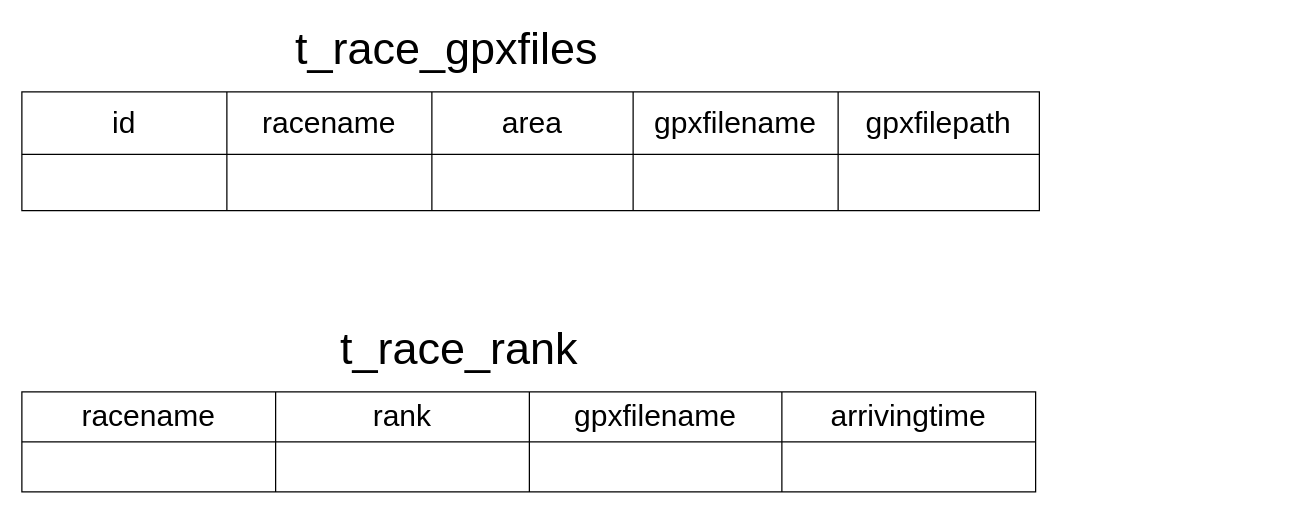
The draw.io diagram 比賽儀表盤資料庫設計.drawio in pengzhen80/PigeonRace, before the edit. Source tidied: cells renumbered, new cells numbered last; positions are measured from the earlier drawing's top-left corner, leaving out a move shared by most shapes. Both pictures are drawn from the tidied source at 125%, with x=0, y=0 at pixel (21, 29).
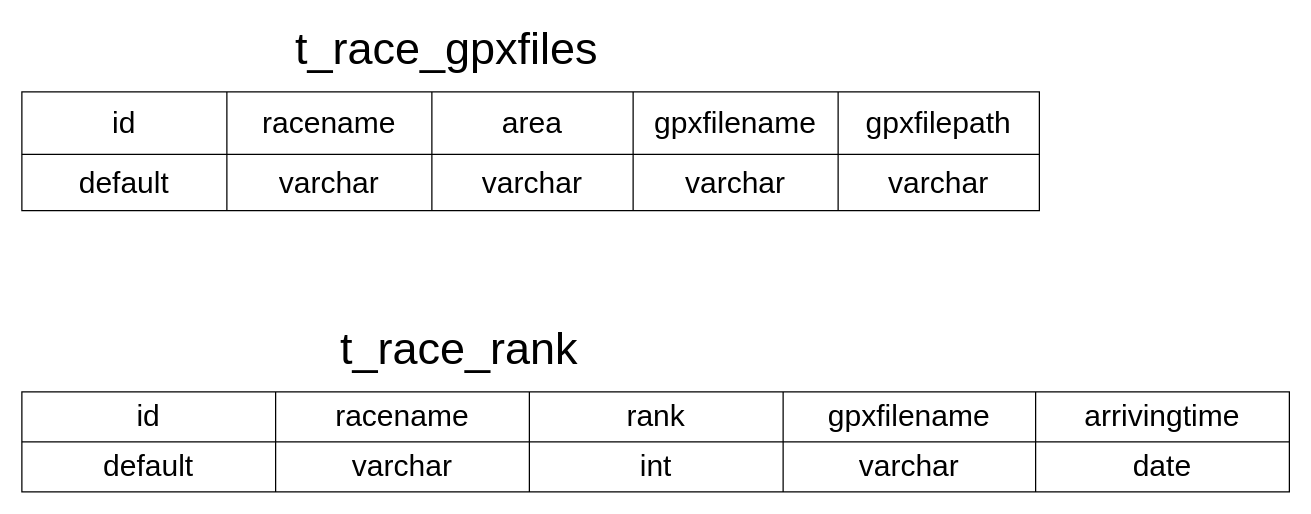
After the change.

Commit message (it also covers changes not shown here):
更新比賽儀表盤資料庫設計.drawio

Unchanged cells that the change refers to:
```xml
<mxCell id="9" style="shape=tableRow;horizontal=0;startSize=0;swimlaneHead=0;swimlaneBody=0;top=0;left=0;bottom=0;right=0;fillColor=none;" parent="2" vertex="1">
  <mxGeometry y="50" width="814" height="45" as="geometry" />
</mxCell>
```

Diff of the diagram source:
```diff
@@
-    <mxCell id="10" style="shape=partialRectangle;html=1;whiteSpace=wrap;overflow=hidden;fillColor=none;top=0;left=0;bottom=0;right=0;" parent="9" vertex="1">
+    <mxCell id="10" value="&lt;font style=&quot;font-size: 24px;&quot;&gt;default&lt;/font&gt;" style="shape=partialRectangle;html=1;whiteSpace=wrap;overflow=hidden;fillColor=none;top=0;left=0;bottom=0;right=0;" parent="9" vertex="1">
       <mxGeometry width="164" height="45" as="geometry" />
     </mxCell>
-    <mxCell id="11" style="shape=partialRectangle;html=1;whiteSpace=wrap;overflow=hidden;fillColor=none;top=0;left=0;bottom=0;right=0;" parent="9" vertex="1">
+    <mxCell id="11" value="&lt;font style=&quot;font-size: 24px;&quot;&gt;varchar&lt;/font&gt;" style="shape=partialRectangle;html=1;whiteSpace=wrap;overflow=hidden;fillColor=none;top=0;left=0;bottom=0;right=0;" parent="9" vertex="1">
       <mxGeometry x="164" width="164" height="45" as="geometry" />
     </mxCell>
-    <mxCell id="12" style="shape=partialRectangle;html=1;whiteSpace=wrap;overflow=hidden;fillColor=none;top=0;left=0;bottom=0;right=0;" parent="9" vertex="1">
+    <mxCell id="12" value="&lt;font style=&quot;font-size: 24px;&quot;&gt;varchar&lt;/font&gt;" style="shape=partialRectangle;html=1;whiteSpace=wrap;overflow=hidden;fillColor=none;top=0;left=0;bottom=0;right=0;" parent="9" vertex="1">
       <mxGeometry x="328" width="161" height="45" as="geometry" />
     </mxCell>
-    <mxCell id="13" style="shape=partialRectangle;html=1;whiteSpace=wrap;overflow=hidden;fillColor=none;top=0;left=0;bottom=0;right=0;" parent="9" vertex="1">
+    <mxCell id="13" value="&lt;font style=&quot;font-size: 24px;&quot;&gt;varchar&lt;/font&gt;" style="shape=partialRectangle;html=1;whiteSpace=wrap;overflow=hidden;fillColor=none;top=0;left=0;bottom=0;right=0;" parent="9" vertex="1">
       <mxGeometry x="489" width="164" height="45" as="geometry" />
     </mxCell>
-    <mxCell id="14" style="shape=partialRectangle;html=1;whiteSpace=wrap;overflow=hidden;fillColor=none;top=0;left=0;bottom=0;right=0;" parent="9" vertex="1">
+    <mxCell id="14" value="&lt;font style=&quot;font-size: 24px;&quot;&gt;varchar&lt;/font&gt;" style="shape=partialRectangle;html=1;whiteSpace=wrap;overflow=hidden;fillColor=none;top=0;left=0;bottom=0;right=0;" parent="9" vertex="1">
       <mxGeometry x="653" width="161" height="45" as="geometry" />
     </mxCell>
@@
     <mxCell id="16" style="shape=table;startSize=0;childLayout=tableLayout;fontSize=24;" parent="1" vertex="1">
-      <mxGeometry y="290" width="811" height="80" as="geometry" />
+      <mxGeometry y="290" width="1014" height="80" as="geometry" />
     </mxCell>
     <mxCell id="17" style="shape=tableRow;horizontal=0;startSize=0;swimlaneHead=0;swimlaneBody=0;top=0;left=0;bottom=0;right=0;fillColor=none;fontSize=24;" parent="16" vertex="1">
-      <mxGeometry width="811" height="40" as="geometry" />
+      <mxGeometry width="1014" height="40" as="geometry" />
     </mxCell>
+    <mxCell id="28" value="id" style="shape=partialRectangle;html=1;whiteSpace=wrap;overflow=hidden;fillColor=none;top=0;left=0;bottom=0;right=0;fontSize=24;" parent="17" vertex="1">
+      <mxGeometry width="203" height="40" as="geometry" />
+    </mxCell>
     <mxCell id="18" value="racename" style="shape=partialRectangle;html=1;whiteSpace=wrap;overflow=hidden;fillColor=none;top=0;left=0;bottom=0;right=0;fontSize=24;" parent="17" vertex="1">
-      <mxGeometry width="203" height="40" as="geometry" />
+      <mxGeometry x="203" width="203" height="40" as="geometry" />
     </mxCell>
     <mxCell id="19" value="rank" style="shape=partialRectangle;html=1;whiteSpace=wrap;overflow=hidden;fillColor=none;top=0;left=0;bottom=0;right=0;fontSize=24;" parent="17" vertex="1">
-      <mxGeometry x="203" width="203" height="40" as="geometry" />
+      <mxGeometry x="406" width="203" height="40" as="geometry" />
     </mxCell>
     <mxCell id="20" value="gpxfilename" style="shape=partialRectangle;html=1;whiteSpace=wrap;overflow=hidden;fillColor=none;top=0;left=0;bottom=0;right=0;fontSize=24;" parent="17" vertex="1">
-      <mxGeometry x="406" width="202" height="40" as="geometry" />
+      <mxGeometry x="609" width="202" height="40" as="geometry" />
     </mxCell>
     <mxCell id="21" value="arrivingtime" style="shape=partialRectangle;html=1;whiteSpace=wrap;overflow=hidden;fillColor=none;top=0;left=0;bottom=0;right=0;fontSize=24;" parent="17" vertex="1">
-      <mxGeometry x="608" width="203" height="40" as="geometry" />
+      <mxGeometry x="811" width="203" height="40" as="geometry" />
     </mxCell>
     <mxCell id="22" style="shape=tableRow;horizontal=0;startSize=0;swimlaneHead=0;swimlaneBody=0;top=0;left=0;bottom=0;right=0;fillColor=none;fontSize=24;" parent="16" vertex="1">
-      <mxGeometry y="40" width="811" height="40" as="geometry" />
+      <mxGeometry y="40" width="1014" height="40" as="geometry" />
     </mxCell>
+    <mxCell id="29" value="&lt;font style=&quot;font-size: 24px;&quot;&gt;default&lt;/font&gt;" style="shape=partialRectangle;html=1;whiteSpace=wrap;overflow=hidden;fillColor=none;top=0;left=0;bottom=0;right=0;fontSize=24;" parent="22" vertex="1">
+      <mxGeometry width="203" height="40" as="geometry" />
+    </mxCell>
-    <mxCell id="23" style="shape=partialRectangle;html=1;whiteSpace=wrap;overflow=hidden;fillColor=none;top=0;left=0;bottom=0;right=0;fontSize=24;" parent="22" vertex="1">
-      <mxGeometry width="203" height="40" as="geometry" />
+    <mxCell id="23" value="&lt;font style=&quot;font-size: 24px;&quot;&gt;varchar&lt;/font&gt;" style="shape=partialRectangle;html=1;whiteSpace=wrap;overflow=hidden;fillColor=none;top=0;left=0;bottom=0;right=0;fontSize=24;" parent="22" vertex="1">
+      <mxGeometry x="203" width="203" height="40" as="geometry" />
     </mxCell>
-    <mxCell id="24" style="shape=partialRectangle;html=1;whiteSpace=wrap;overflow=hidden;fillColor=none;top=0;left=0;bottom=0;right=0;fontSize=24;" parent="22" vertex="1">
-      <mxGeometry x="203" width="203" height="40" as="geometry" />
+    <mxCell id="24" value="int" style="shape=partialRectangle;html=1;whiteSpace=wrap;overflow=hidden;fillColor=none;top=0;left=0;bottom=0;right=0;fontSize=24;" parent="22" vertex="1">
+      <mxGeometry x="406" width="203" height="40" as="geometry" />
     </mxCell>
-    <mxCell id="25" style="shape=partialRectangle;html=1;whiteSpace=wrap;overflow=hidden;fillColor=none;top=0;left=0;bottom=0;right=0;fontSize=24;" parent="22" vertex="1">
-      <mxGeometry x="406" width="202" height="40" as="geometry" />
+    <mxCell id="25" value="&lt;font style=&quot;font-size: 24px;&quot;&gt;varchar&lt;/font&gt;" style="shape=partialRectangle;html=1;whiteSpace=wrap;overflow=hidden;fillColor=none;top=0;left=0;bottom=0;right=0;fontSize=24;" parent="22" vertex="1">
+      <mxGeometry x="609" width="202" height="40" as="geometry" />
     </mxCell>
-    <mxCell id="26" style="shape=partialRectangle;html=1;whiteSpace=wrap;overflow=hidden;fillColor=none;top=0;left=0;bottom=0;right=0;fontSize=24;" parent="22" vertex="1">
-      <mxGeometry x="608" width="203" height="40" as="geometry" />
+    <mxCell id="26" value="date" style="shape=partialRectangle;html=1;whiteSpace=wrap;overflow=hidden;fillColor=none;top=0;left=0;bottom=0;right=0;fontSize=24;" parent="22" vertex="1">
+      <mxGeometry x="811" width="203" height="40" as="geometry" />
     </mxCell>
```
